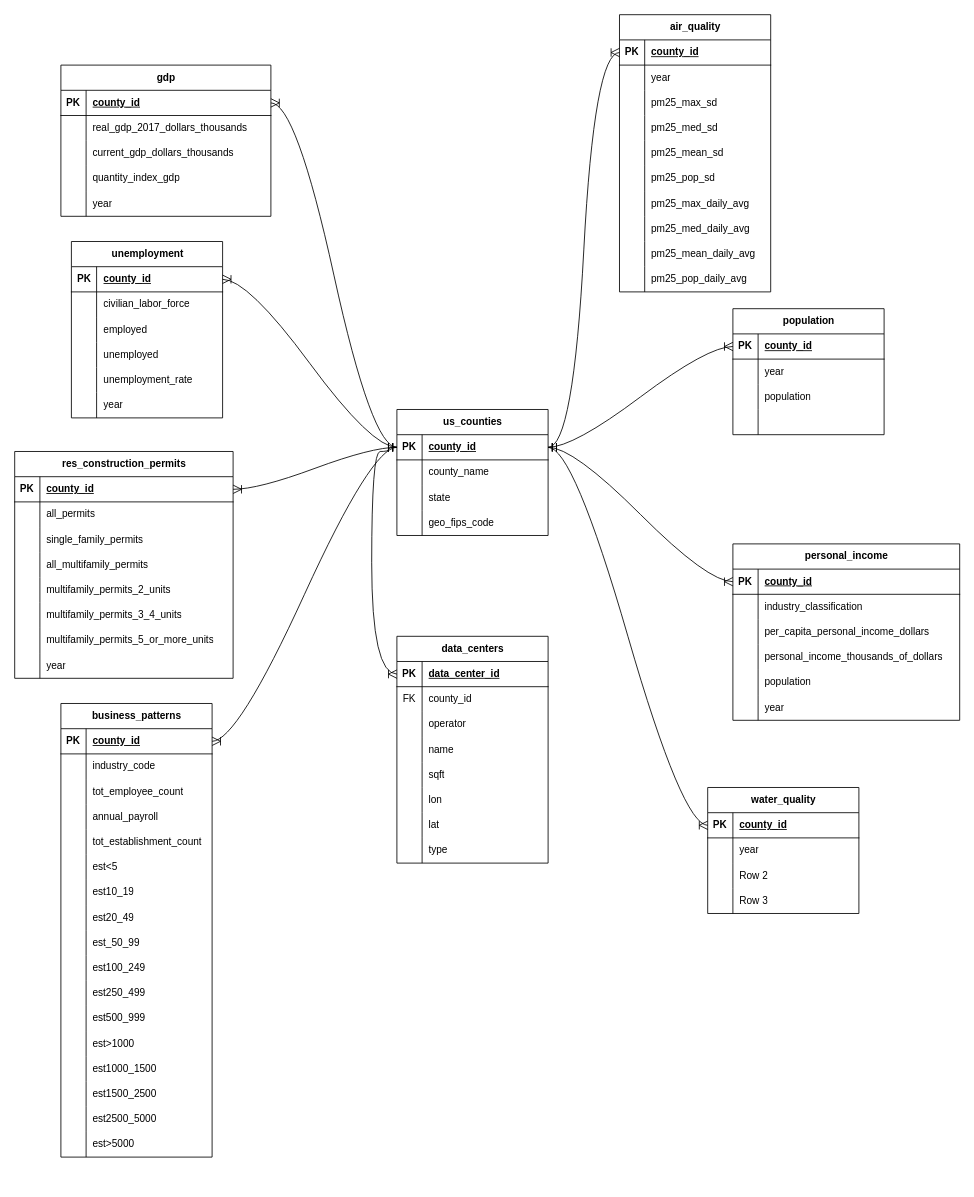
LoganRosell/local-economic-impact-of-data-centers-workbook keeps this draw.io diagram as db_documentation/capstone_db_erd.drawio. Above is the earlier version. Source tidied: cells renumbered, new cells numbered last; positions are measured from the earlier drawing's top-left corner, leaving out a move shared by most shapes. Both pictures are drawn from the tidied source at 84%, with x=0, y=0 at pixel (14, 14).
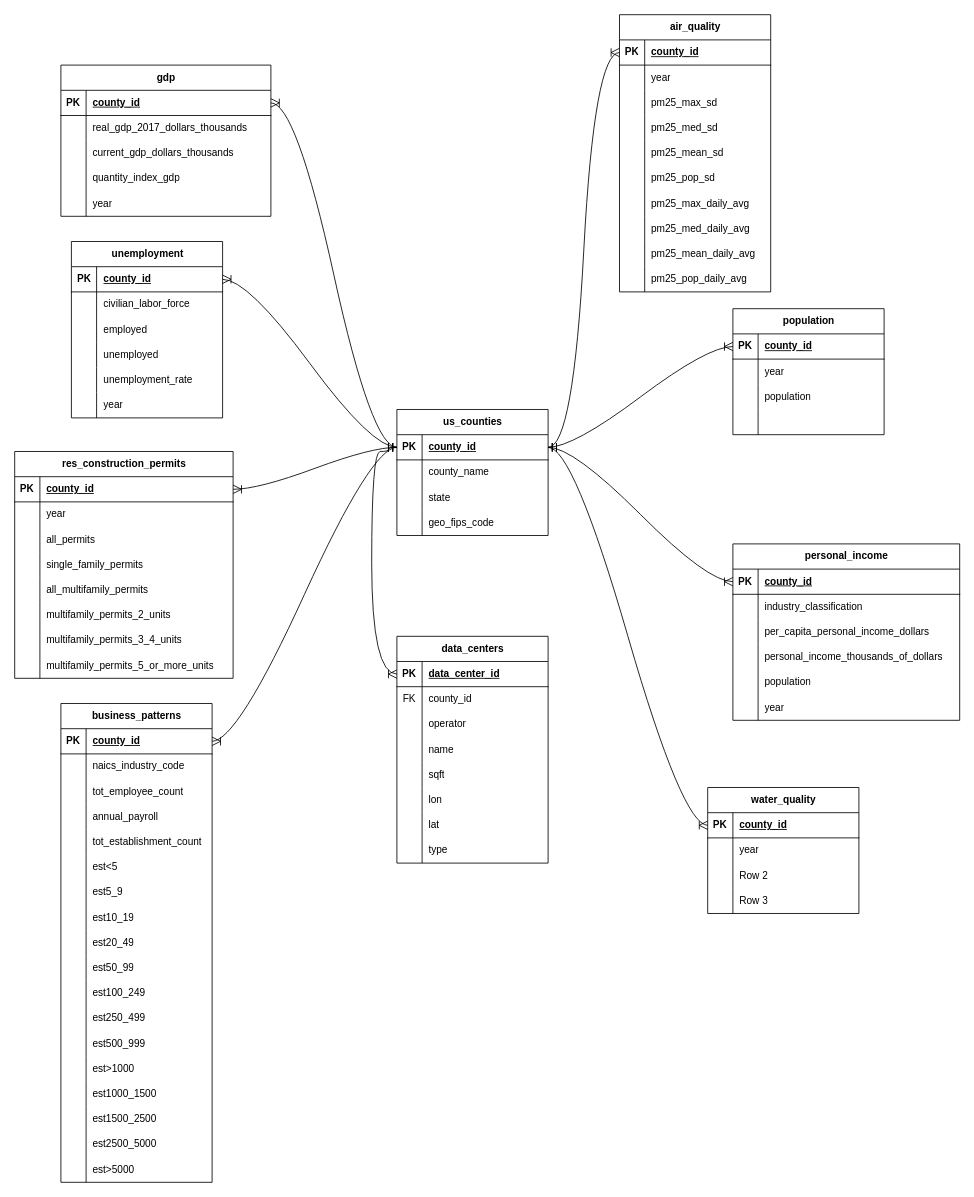
After the change.

Commit message (it also covers changes not shown here):
feat: create cleaning script for residential construction data

The change refers to these unchanged cells:
```xml
<mxCell id="63" value="res_construction_permits" style="shape=table;startSize=30;childLayout=tableLayout;rowLines=0;fontStyle=1;align=center;html=1;" parent="1" vertex="1">
  <mxGeometry y="520" width="260" height="270" as="geometry" />
</mxCell>
<mxCell id="188" style="shape=tableRow;horizontal=0;startSize=0;swimlaneHead=0;swimlaneBody=0;fillColor=none;top=0;left=0;right=0;bottom=0;" parent="184" vertex="1">
  <mxGeometry y="60" width="180" height="30" as="geometry" />
</mxCell>
```

The edit, as a diff of the source:
```diff
@@
+    <mxCell id="85" style="shape=tableRow;horizontal=0;startSize=0;swimlaneHead=0;swimlaneBody=0;fillColor=none;top=0;left=0;right=0;bottom=0;" parent="63" vertex="1">
+      <mxGeometry y="60" width="260" height="30" as="geometry" />
+    </mxCell>
+    <mxCell id="86" style="shape=partialRectangle;fillColor=none;top=0;left=0;bottom=0;right=0;overflow=hidden;whiteSpace=wrap;html=1;" parent="85" vertex="1">
+      <mxGeometry width="30" height="30" as="geometry" />
+    </mxCell>
+    <mxCell id="87" value="year" style="shape=partialRectangle;fillColor=none;top=0;left=0;bottom=0;right=0;align=left;spacingLeft=6;overflow=hidden;whiteSpace=wrap;html=1;" parent="85" vertex="1">
+      <mxGeometry x="30" width="230" height="30" as="geometry" />
+    </mxCell>
     <mxCell id="67" style="shape=tableRow;horizontal=0;startSize=0;swimlaneHead=0;swimlaneBody=0;fillColor=none;top=0;left=0;right=0;bottom=0;" parent="63" vertex="1">
-      <mxGeometry y="60" width="260" height="30" as="geometry" />
+      <mxGeometry y="90" width="260" height="30" as="geometry" />
     </mxCell>
@@
     <mxCell id="70" style="shape=tableRow;horizontal=0;startSize=0;swimlaneHead=0;swimlaneBody=0;fillColor=none;top=0;left=0;right=0;bottom=0;" parent="63" vertex="1">
-      <mxGeometry y="90" width="260" height="30" as="geometry" />
+      <mxGeometry y="120" width="260" height="30" as="geometry" />
     </mxCell>
@@
     <mxCell id="73" style="shape=tableRow;horizontal=0;startSize=0;swimlaneHead=0;swimlaneBody=0;fillColor=none;top=0;left=0;right=0;bottom=0;" parent="63" vertex="1">
-      <mxGeometry y="120" width="260" height="30" as="geometry" />
+      <mxGeometry y="150" width="260" height="30" as="geometry" />
     </mxCell>
@@
     <mxCell id="76" style="shape=tableRow;horizontal=0;startSize=0;swimlaneHead=0;swimlaneBody=0;fillColor=none;top=0;left=0;right=0;bottom=0;" parent="63" vertex="1">
-      <mxGeometry y="150" width="260" height="30" as="geometry" />
+      <mxGeometry y="180" width="260" height="30" as="geometry" />
     </mxCell>
@@
     <mxCell id="79" style="shape=tableRow;horizontal=0;startSize=0;swimlaneHead=0;swimlaneBody=0;fillColor=none;top=0;left=0;right=0;bottom=0;" parent="63" vertex="1">
-      <mxGeometry y="180" width="260" height="30" as="geometry" />
+      <mxGeometry y="210" width="260" height="30" as="geometry" />
     </mxCell>
@@
     <mxCell id="82" style="shape=tableRow;horizontal=0;startSize=0;swimlaneHead=0;swimlaneBody=0;fillColor=none;top=0;left=0;right=0;bottom=0;" parent="63" vertex="1">
-      <mxGeometry y="210" width="260" height="30" as="geometry" />
+      <mxGeometry y="240" width="260" height="30" as="geometry" />
     </mxCell>
@@
-    <mxCell id="85" style="shape=tableRow;horizontal=0;startSize=0;swimlaneHead=0;swimlaneBody=0;fillColor=none;top=0;left=0;right=0;bottom=0;" parent="63" vertex="1">
-      <mxGeometry y="240" width="260" height="30" as="geometry" />
-    </mxCell>
-    <mxCell id="86" style="shape=partialRectangle;fillColor=none;top=0;left=0;bottom=0;right=0;overflow=hidden;whiteSpace=wrap;html=1;" parent="85" vertex="1">
-      <mxGeometry width="30" height="30" as="geometry" />
-    </mxCell>
-    <mxCell id="87" value="year" style="shape=partialRectangle;fillColor=none;top=0;left=0;bottom=0;right=0;align=left;spacingLeft=6;overflow=hidden;whiteSpace=wrap;html=1;" parent="85" vertex="1">
-      <mxGeometry x="30" width="230" height="30" as="geometry" />
-    </mxCell>
@@
     <mxCell id="184" value="business_patterns" style="shape=table;startSize=30;childLayout=tableLayout;rowLines=0;fontStyle=1;align=center;html=1;" parent="1" vertex="1">
-      <mxGeometry x="55" y="820" width="180" height="540" as="geometry" />
+      <mxGeometry x="55" y="820" width="180" height="570" as="geometry" />
     </mxCell>
@@
-    <mxCell id="190" value="industry_code" style="shape=partialRectangle;fillColor=none;top=0;left=0;bottom=0;right=0;align=left;spacingLeft=6;overflow=hidden;whiteSpace=wrap;html=1;" parent="188" vertex="1">
+    <mxCell id="190" value="naics_industry_code" style="shape=partialRectangle;fillColor=none;top=0;left=0;bottom=0;right=0;align=left;spacingLeft=6;overflow=hidden;whiteSpace=wrap;html=1;" parent="188" vertex="1">
       <mxGeometry x="30" width="150" height="30" as="geometry" />
     </mxCell>
@@
+    <mxCell id="237" style="shape=tableRow;horizontal=0;startSize=0;swimlaneHead=0;swimlaneBody=0;fillColor=none;top=0;left=0;right=0;bottom=0;" parent="184" vertex="1">
+      <mxGeometry y="210" width="180" height="30" as="geometry" />
+    </mxCell>
+    <mxCell id="238" style="shape=partialRectangle;fillColor=none;top=0;left=0;bottom=0;right=0;overflow=hidden;whiteSpace=wrap;html=1;" parent="237" vertex="1">
+      <mxGeometry width="30" height="30" as="geometry" />
+    </mxCell>
+    <mxCell id="239" value="est5_9" style="shape=partialRectangle;fillColor=none;top=0;left=0;bottom=0;right=0;align=left;spacingLeft=6;overflow=hidden;whiteSpace=wrap;html=1;" parent="237" vertex="1">
+      <mxGeometry x="30" width="150" height="30" as="geometry" />
+    </mxCell>
     <mxCell id="203" style="shape=tableRow;horizontal=0;startSize=0;swimlaneHead=0;swimlaneBody=0;fillColor=none;top=0;left=0;right=0;bottom=0;" parent="184" vertex="1">
-      <mxGeometry y="210" width="180" height="30" as="geometry" />
+      <mxGeometry y="240" width="180" height="30" as="geometry" />
     </mxCell>
@@
     <mxCell id="206" style="shape=tableRow;horizontal=0;startSize=0;swimlaneHead=0;swimlaneBody=0;fillColor=none;top=0;left=0;right=0;bottom=0;" parent="184" vertex="1">
-      <mxGeometry y="240" width="180" height="30" as="geometry" />
+      <mxGeometry y="270" width="180" height="30" as="geometry" />
     </mxCell>
@@
     <mxCell id="209" style="shape=tableRow;horizontal=0;startSize=0;swimlaneHead=0;swimlaneBody=0;fillColor=none;top=0;left=0;right=0;bottom=0;" parent="184" vertex="1">
-      <mxGeometry y="270" width="180" height="30" as="geometry" />
+      <mxGeometry y="300" width="180" height="30" as="geometry" />
     </mxCell>
@@
-    <mxCell id="211" value="est_50_99" style="shape=partialRectangle;fillColor=none;top=0;left=0;bottom=0;right=0;align=left;spacingLeft=6;overflow=hidden;whiteSpace=wrap;html=1;" parent="209" vertex="1">
+    <mxCell id="211" value="est50_99" style="shape=partialRectangle;fillColor=none;top=0;left=0;bottom=0;right=0;align=left;spacingLeft=6;overflow=hidden;whiteSpace=wrap;html=1;" parent="209" vertex="1">
       <mxGeometry x="30" width="150" height="30" as="geometry" />
     </mxCell>
     <mxCell id="212" style="shape=tableRow;horizontal=0;startSize=0;swimlaneHead=0;swimlaneBody=0;fillColor=none;top=0;left=0;right=0;bottom=0;" parent="184" vertex="1">
-      <mxGeometry y="300" width="180" height="30" as="geometry" />
+      <mxGeometry y="330" width="180" height="30" as="geometry" />
     </mxCell>
@@
     <mxCell id="215" style="shape=tableRow;horizontal=0;startSize=0;swimlaneHead=0;swimlaneBody=0;fillColor=none;top=0;left=0;right=0;bottom=0;" parent="184" vertex="1">
-      <mxGeometry y="330" width="180" height="30" as="geometry" />
+      <mxGeometry y="360" width="180" height="30" as="geometry" />
     </mxCell>
@@
     <mxCell id="218" style="shape=tableRow;horizontal=0;startSize=0;swimlaneHead=0;swimlaneBody=0;fillColor=none;top=0;left=0;right=0;bottom=0;" parent="184" vertex="1">
-      <mxGeometry y="360" width="180" height="30" as="geometry" />
+      <mxGeometry y="390" width="180" height="30" as="geometry" />
     </mxCell>
@@
     <mxCell id="221" style="shape=tableRow;horizontal=0;startSize=0;swimlaneHead=0;swimlaneBody=0;fillColor=none;top=0;left=0;right=0;bottom=0;" parent="184" vertex="1">
-      <mxGeometry y="390" width="180" height="30" as="geometry" />
+      <mxGeometry y="420" width="180" height="30" as="geometry" />
     </mxCell>
@@
     <mxCell id="224" style="shape=tableRow;horizontal=0;startSize=0;swimlaneHead=0;swimlaneBody=0;fillColor=none;top=0;left=0;right=0;bottom=0;" parent="184" vertex="1">
-      <mxGeometry y="420" width="180" height="30" as="geometry" />
+      <mxGeometry y="450" width="180" height="30" as="geometry" />
     </mxCell>
@@
     <mxCell id="227" style="shape=tableRow;horizontal=0;startSize=0;swimlaneHead=0;swimlaneBody=0;fillColor=none;top=0;left=0;right=0;bottom=0;" parent="184" vertex="1">
-      <mxGeometry y="450" width="180" height="30" as="geometry" />
+      <mxGeometry y="480" width="180" height="30" as="geometry" />
     </mxCell>
@@
     <mxCell id="230" style="shape=tableRow;horizontal=0;startSize=0;swimlaneHead=0;swimlaneBody=0;fillColor=none;top=0;left=0;right=0;bottom=0;" parent="184" vertex="1">
-      <mxGeometry y="480" width="180" height="30" as="geometry" />
+      <mxGeometry y="510" width="180" height="30" as="geometry" />
     </mxCell>
@@
     <mxCell id="233" style="shape=tableRow;horizontal=0;startSize=0;swimlaneHead=0;swimlaneBody=0;fillColor=none;top=0;left=0;right=0;bottom=0;" parent="184" vertex="1">
-      <mxGeometry y="510" width="180" height="30" as="geometry" />
+      <mxGeometry y="540" width="180" height="30" as="geometry" />
     </mxCell>
```
